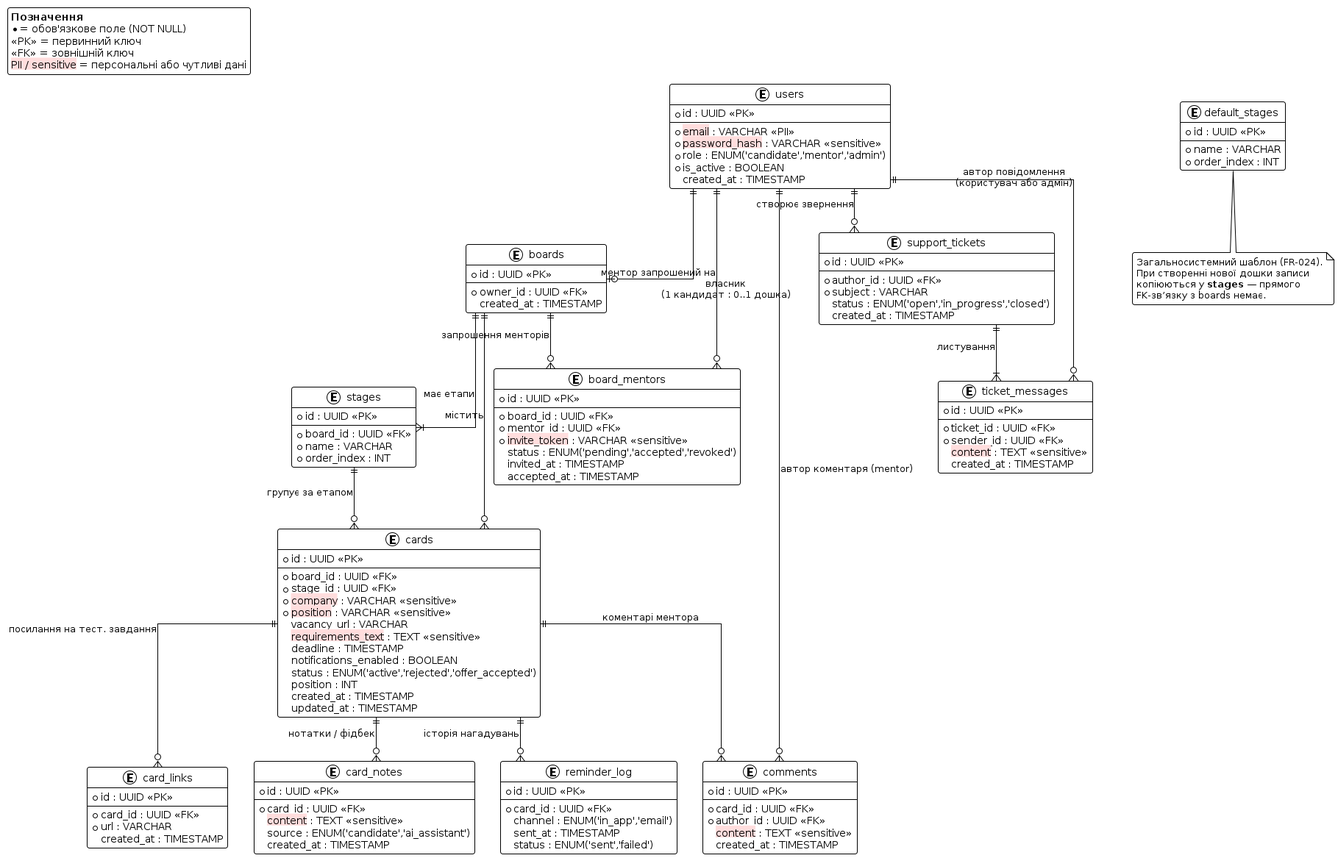
This is docs/architecture/uml/data-model.png from ukma-fin-ssdm-2026/Monkey-Business-project, a PlantUML export, as it was before one commit. Source of this version:
```plantuml
@startuml
!theme plain
skinparam linetype ortho
skinparam entity {
  BackgroundColor White
  BorderColor #444444
  FontSize 13
}
skinparam roundcorner 6

legend top left
  <b>Позначення</b>
  * = обов'язкове поле (NOT NULL)
  <<PK>> = первинний ключ
  <<FK>> = зовнішній ключ
  <back:#FFDDDD>PII / sensitive</back> = персональні або чутливі дані
end legend


entity "users" as users {
  * id : UUID <<PK>>
  --
  * <back:#FFDDDD>email</back> : VARCHAR <<PII>>
  * <back:#FFDDDD>password_hash</back> : VARCHAR <<sensitive>>
  * role : ENUM('candidate','mentor','admin')
  * is_active : BOOLEAN
  created_at : TIMESTAMP
}

entity "boards" as boards {
  * id : UUID <<PK>>
  --
  * owner_id : UUID <<FK>>
  created_at : TIMESTAMP
}

entity "default_stages" as default_stages {
  * id : UUID <<PK>>
  --
  * name : VARCHAR
  * order_index : INT
}
note bottom of default_stages
  Загальносистемний шаблон (FR-024).
  При створенні нової дошки записи
  копіюються у **stages** — прямого
  FK-звʼязку з boards немає.
end note

entity "stages" as stages {
  * id : UUID <<PK>>
  --
  * board_id : UUID <<FK>>
  * name : VARCHAR
  * order_index : INT
}

entity "cards" as cards {
  * id : UUID <<PK>>
  --
  * board_id : UUID <<FK>>
  * stage_id : UUID <<FK>>
  * <back:#FFDDDD>company</back> : VARCHAR <<sensitive>>
  * <back:#FFDDDD>position</back> : VARCHAR <<sensitive>>
  vacancy_url : VARCHAR
  <back:#FFDDDD>requirements_text</back> : TEXT <<sensitive>>
  deadline : TIMESTAMP
  notifications_enabled : BOOLEAN
  status : ENUM('active','rejected','offer_accepted')
  position : INT
  created_at : TIMESTAMP
  updated_at : TIMESTAMP
}

entity "card_links" as card_links {
  * id : UUID <<PK>>
  --
  * card_id : UUID <<FK>>
  * url : VARCHAR
  created_at : TIMESTAMP
}

entity "card_notes" as card_notes {
  * id : UUID <<PK>>
  --
  * card_id : UUID <<FK>>
  <back:#FFDDDD>content</back> : TEXT <<sensitive>>
  source : ENUM('candidate','ai_assistant')
  created_at : TIMESTAMP
}

entity "comments" as comments {
  * id : UUID <<PK>>
  --
  * card_id : UUID <<FK>>
  * author_id : UUID <<FK>>
  <back:#FFDDDD>content</back> : TEXT <<sensitive>>
  created_at : TIMESTAMP
}

entity "board_mentors" as board_mentors {
  * id : UUID <<PK>>
  --
  * board_id : UUID <<FK>>
  * mentor_id : UUID <<FK>>
  * <back:#FFDDDD>invite_token</back> : VARCHAR <<sensitive>>
  status : ENUM('pending','accepted','revoked')
  invited_at : TIMESTAMP
  accepted_at : TIMESTAMP
}

entity "reminder_log" as reminder_log {
  * id : UUID <<PK>>
  --
  * card_id : UUID <<FK>>
  channel : ENUM('in_app','email')
  sent_at : TIMESTAMP
  status : ENUM('sent','failed')
}

entity "support_tickets" as support_tickets {
  * id : UUID <<PK>>
  --
  * author_id : UUID <<FK>>
  * subject : VARCHAR
  status : ENUM('open','in_progress','closed')
  created_at : TIMESTAMP
}

entity "ticket_messages" as ticket_messages {
  * id : UUID <<PK>>
  --
  * ticket_id : UUID <<FK>>
  * sender_id : UUID <<FK>>
  <back:#FFDDDD>content</back> : TEXT <<sensitive>>
  created_at : TIMESTAMP
}


users     ||--o|  boards         : "власник\n(1 кандидат : 0..1 дошка)"
boards    ||--|{  stages         : "має етапи"
boards    ||--o{  cards          : "містить"
stages    ||--o{  cards          : "групує за етапом"
cards     ||--o{  card_links     : "посилання на тест. завдання"
cards     ||--o{  card_notes     : "нотатки / фідбек"
cards     ||--o{  comments       : "коментарі ментора"
users     ||--o{  comments       : "автор коментаря (mentor)"
boards    ||--o{  board_mentors  : "запрошення менторів"
users     ||--o{  board_mentors  : "ментор запрошений на"
cards     ||--o{  reminder_log   : "історія нагадувань"
users     ||--o{  support_tickets: "створює звернення"
support_tickets ||--|{ ticket_messages : "листування"
users     ||--o{  ticket_messages: "автор повідомлення\n(користувач або адмін)"
@enduml
```
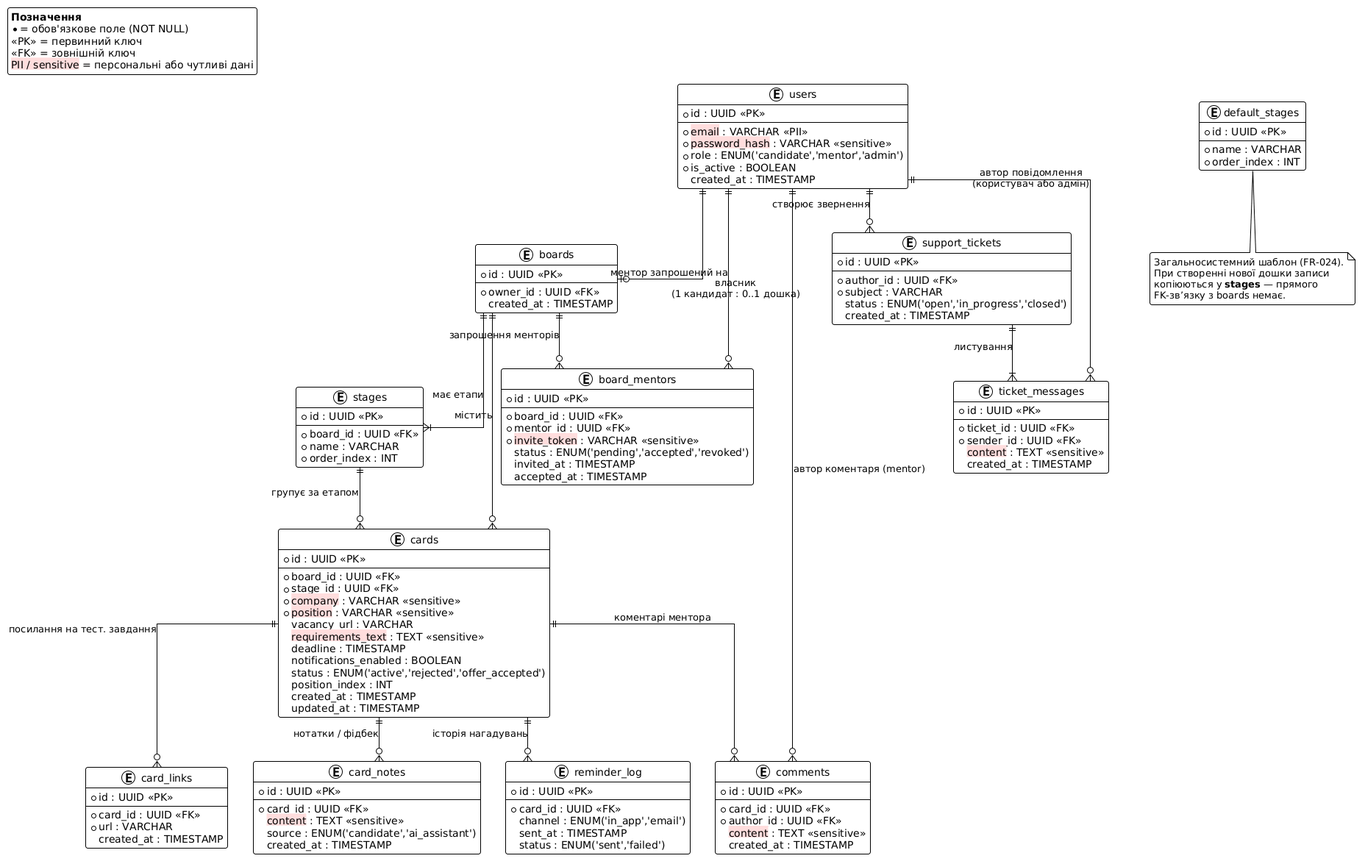
The same file after the commit.

Commit message:
Fix status filter, card position fields and error schema; complete API annotations

The edit, as a diff of the source:
```diff
@@ -1,4 +1,5 @@
-@startuml
+@startuml data-model
+
 !theme plain
 skinparam linetype ortho
 skinparam entity {
@@ -67,7 +68,7 @@
   deadline : TIMESTAMP
   notifications_enabled : BOOLEAN
   status : ENUM('active','rejected','offer_accepted')
-  position : INT
+  position_index : INT
   created_at : TIMESTAMP
   updated_at : TIMESTAMP
 }
@@ -151,4 +152,5 @@
 users     ||--o{  support_tickets: "створює звернення"
 support_tickets ||--|{ ticket_messages : "листування"
 users     ||--o{  ticket_messages: "автор повідомлення\n(користувач або адмін)"
+
 @enduml
```
